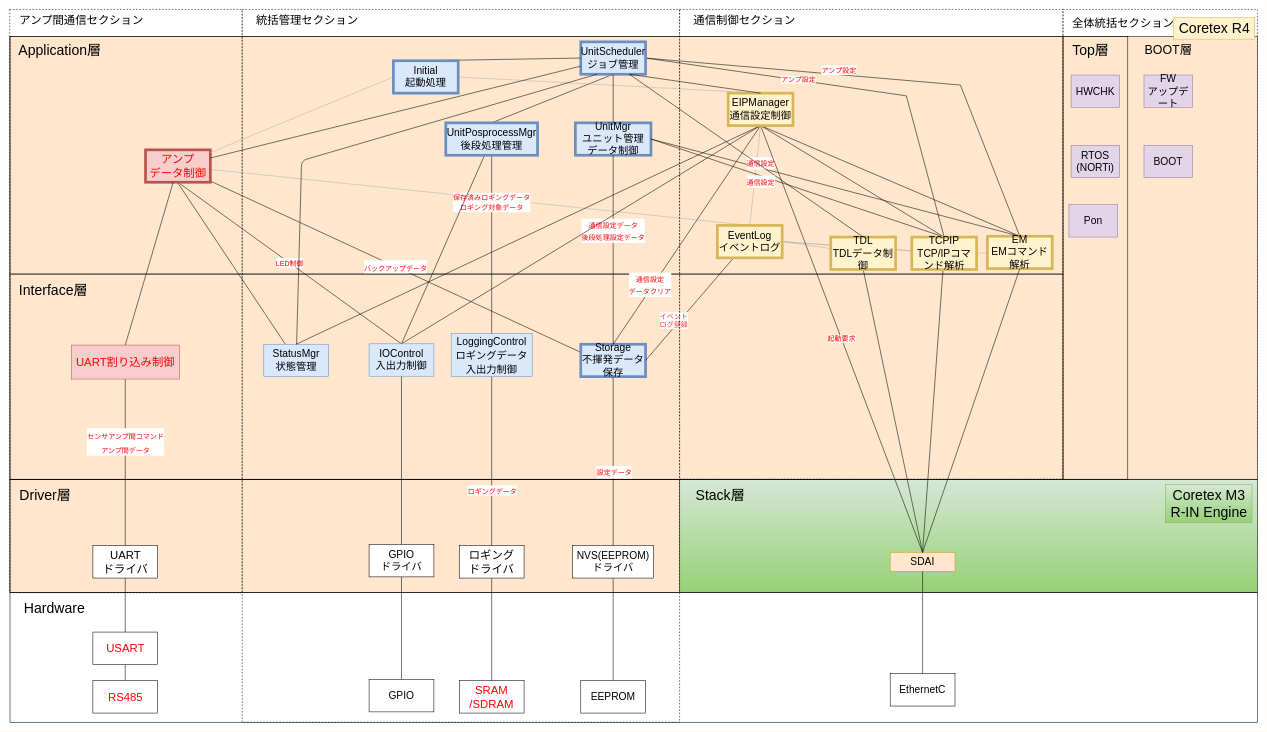
Earlier version of the draw.io diagram page "RevG_NewスマNWU静的構造_タスク分解" (3 of 4) of NWユニット_アーキテクチャ図.drawio (YutaSuzukiGARI/nwunit). Source tidied: cells renumbered, new cells numbered last; positions are measured from the earlier drawing's top-left corner, leaving out a move shared by most shapes. Both pictures are drawn from the tidied source at 54%, with x=0, y=0 at pixel (10, 9).
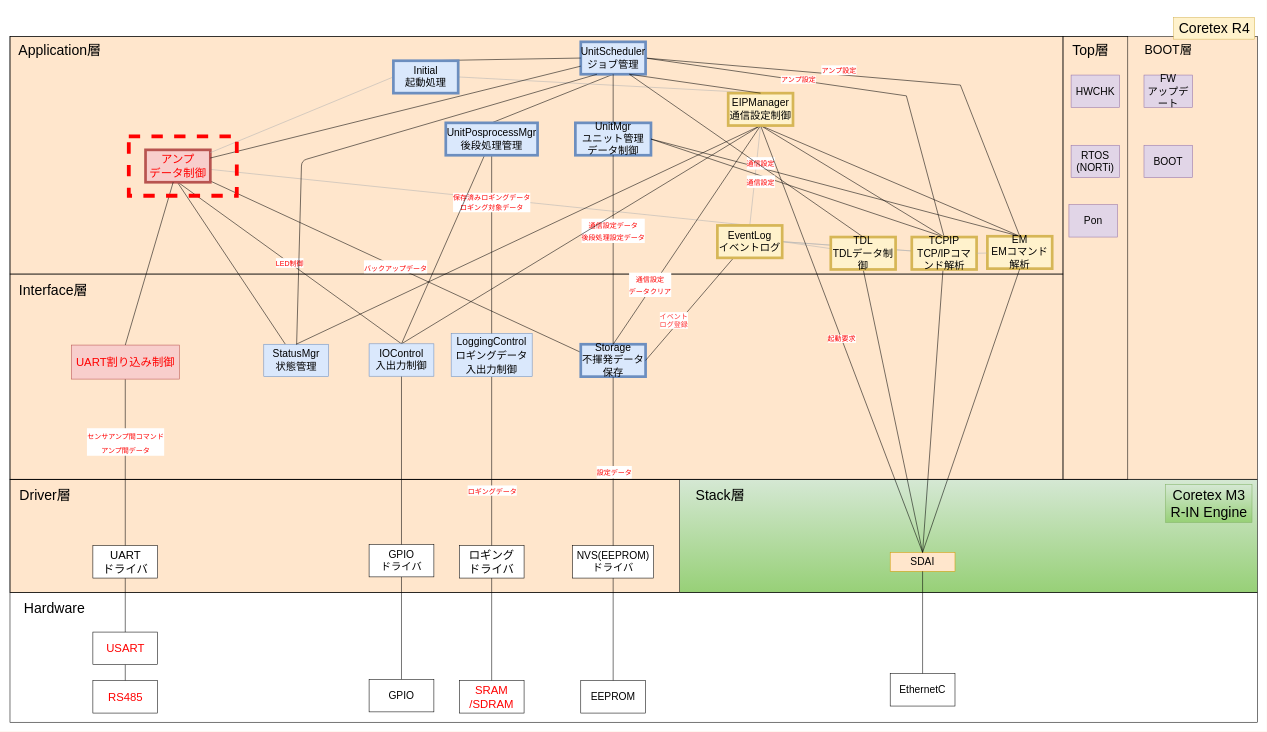
After the change.

The edit, as a diff of the source:
```diff
@@
-    <mxCell id="2" style="rounded=0;whiteSpace=wrap;html=1;fillColor=none;dashed=1;strokeColor=default;fontColor=default;" parent="1" vertex="1">
-      <mxGeometry x="1950" width="360" height="870" as="geometry" />
-    </mxCell>
@@
-    <mxCell id="99" value="&lt;font style=&quot;font-size: 21px&quot;&gt;アンプ間通信セクション&lt;/font&gt;" style="text;html=1;align=center;verticalAlign=middle;strokeColor=none;fillColor=none;" parent="1" vertex="1">
-      <mxGeometry x="7" y="10" width="250" height="20" as="geometry" />
-    </mxCell>
-    <mxCell id="100" value="&lt;font style=&quot;font-size: 21px&quot;&gt;統括管理セクション&lt;/font&gt;" style="text;html=1;align=center;verticalAlign=middle;strokeColor=none;fillColor=none;fontColor=default;" parent="1" vertex="1">
-      <mxGeometry x="450" y="10" width="200" height="20" as="geometry" />
-    </mxCell>
-    <mxCell id="101" value="&lt;font style=&quot;font-size: 21px&quot;&gt;通信制御セクション&lt;/font&gt;" style="text;html=1;align=center;verticalAlign=middle;strokeColor=none;fillColor=none;fontColor=default;" parent="1" vertex="1">
-      <mxGeometry x="1260" y="10" width="200" height="20" as="geometry" />
-    </mxCell>
-    <mxCell id="102" value="&lt;font style=&quot;font-size: 21px&quot;&gt;全体統括セクション&lt;/font&gt;" style="text;html=1;align=center;verticalAlign=middle;strokeColor=none;fillColor=none;" parent="1" vertex="1">
-      <mxGeometry x="1961" y="15" width="200" height="20" as="geometry" />
-    </mxCell>
@@
-    <mxCell id="105" style="rounded=0;whiteSpace=wrap;html=1;fillColor=none;dashed=1;strokeColor=default;fontColor=default;" parent="1" vertex="1">
-      <mxGeometry x="1240" width="710" height="870" as="geometry" />
-    </mxCell>
-    <mxCell id="106" style="rounded=0;whiteSpace=wrap;html=1;fillColor=none;dashed=1;strokeColor=default;fontColor=default;" parent="1" vertex="1">
-      <mxGeometry x="430" width="810" height="1320" as="geometry" />
-    </mxCell>
-    <mxCell id="107" style="rounded=0;whiteSpace=wrap;html=1;fillColor=none;dashed=1;strokeColor=default;fontColor=default;" parent="1" vertex="1">
-      <mxGeometry x="-0.5" width="430.5" height="1080" as="geometry" />
-    </mxCell>
@@
+    <mxCell id="110" style="rounded=0;whiteSpace=wrap;html=1;dashed=1;strokeColor=#FF0000;fillColor=none;strokeWidth=7;" parent="1" vertex="1">
+      <mxGeometry x="220" y="235" width="200" height="110" as="geometry" />
+    </mxCell>
```
